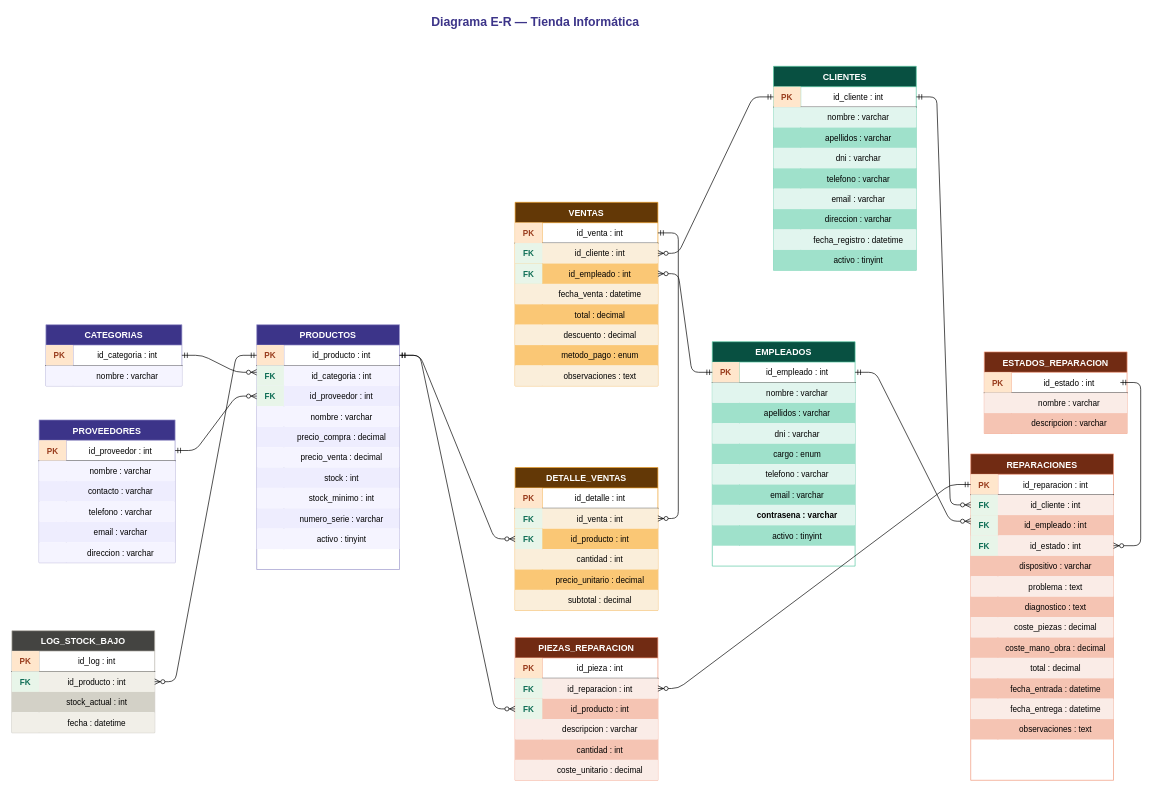
ivansc06/DesafioCSI1-Grupo1 keeps this draw.io diagram as Base_De_Datos/DiagramaDeClases.drawio. Above is the earlier version. Source tidied: cells renumbered, new cells numbered last; positions are measured from the earlier drawing's top-left corner, leaving out a move shared by most shapes. Both pictures are drawn from the tidied source at 68%, with x=0, y=0 at pixel (12, 12).
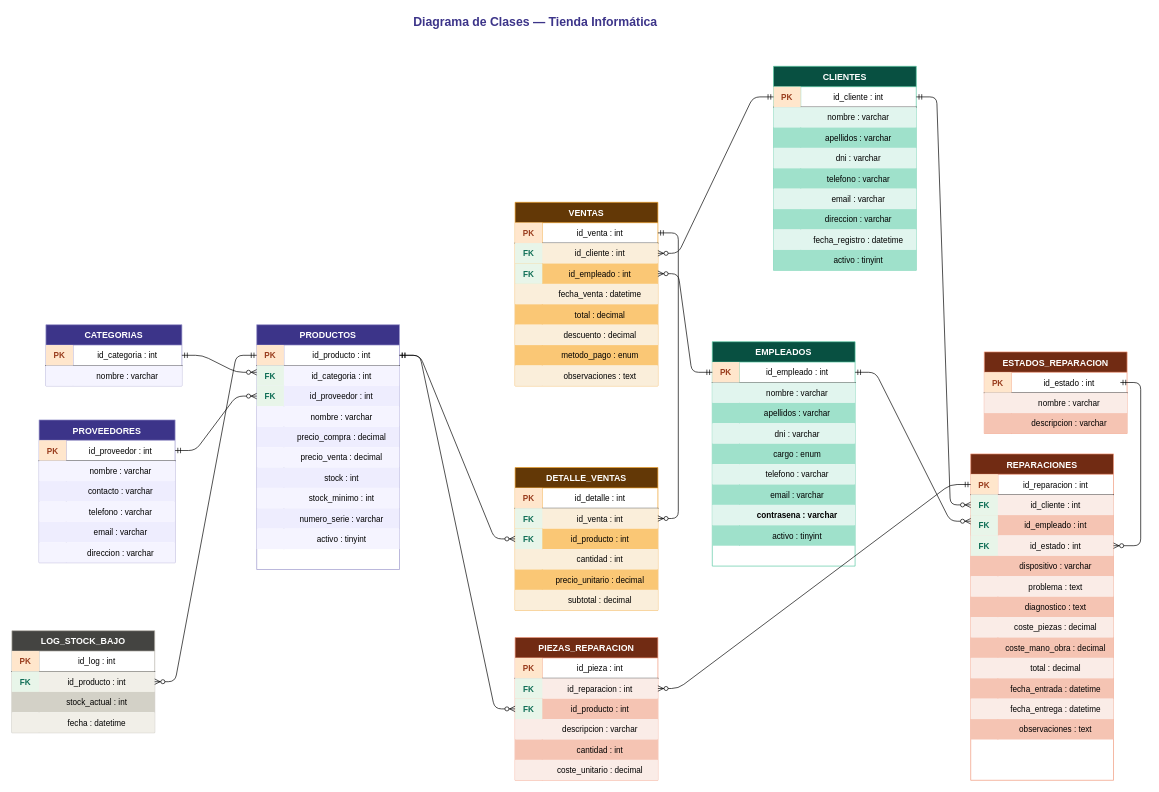
Above is the later version.

Commit message:
Pequeño cambio por un error en el nombre

Change to the diagram source:
```diff
@@
-    <mxCell id="2" value="Diagrama E-R — Tienda Informática" style="text;html=1;strokeColor=none;fillColor=none;align=center;verticalAlign=middle;whiteSpace=wrap;rounded=0;fontSize=18;fontStyle=1;fontColor=#3C3489;" parent="1" vertex="1">
+    <mxCell id="2" value="Diagrama de Clases — Tienda Informática" style="text;html=1;strokeColor=none;fillColor=none;align=center;verticalAlign=middle;whiteSpace=wrap;rounded=0;fontSize=18;fontStyle=1;fontColor=#3C3489;" parent="1" vertex="1">
       <mxGeometry x="420" width="700" height="30" as="geometry" />
     </mxCell>
```
